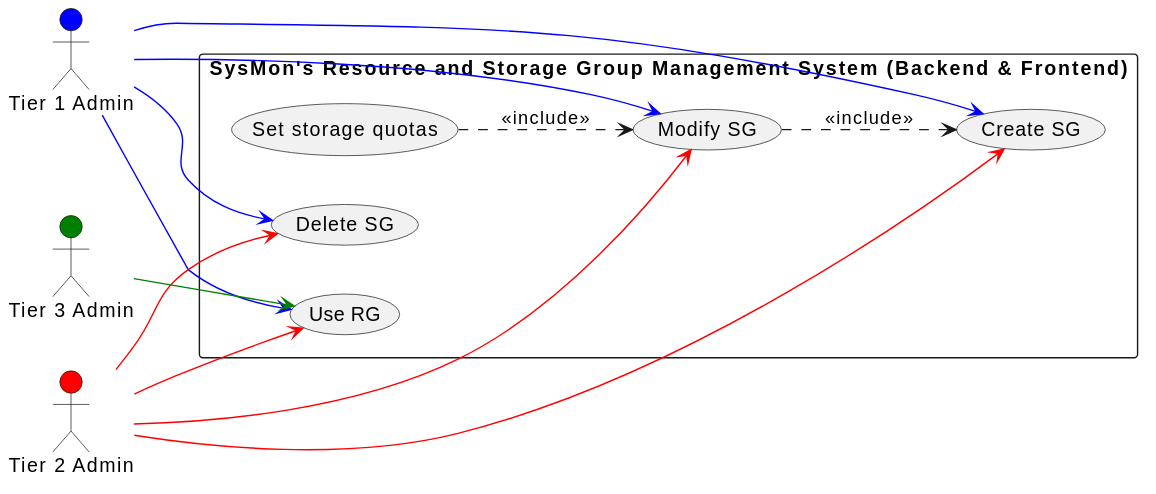
hriday111/SysMon keeps this PlantUML diagram as Task1/use_case_diagrams/storage_groups.svg. Above is the earlier version. Its diagram source:
```plantuml
@startuml
left to right direction

actor "Tier 1 Admin" as A1 #blue
actor "Tier 2 Admin" as A2 #red
actor "Tier 3 Admin" as A3 #green

rectangle "SysMon's Resource and Storage Group Management System (Backend & Frontend)" {
    usecase "Create SG" as CS
    usecase "Delete SG" as DS
    usecase "Modify SG" as MS
    usecase "Use RG" as US

    usecase "Set storage quotas" as QUOTA
}

A1 --> CS #line:blue;
A1 --> DS #line:blue;
A1 --> MS #line:blue;
A1 --> US #line:blue;

A2 --> CS #line:red;
A2 --> DS #line:red;
A2 --> MS #line:red;
A2 --> US #line:red;

A3 --> US #line:green;

MS ..> CS : <<include>>
QUOTA ..> MS : <<include>>
@enduml
```
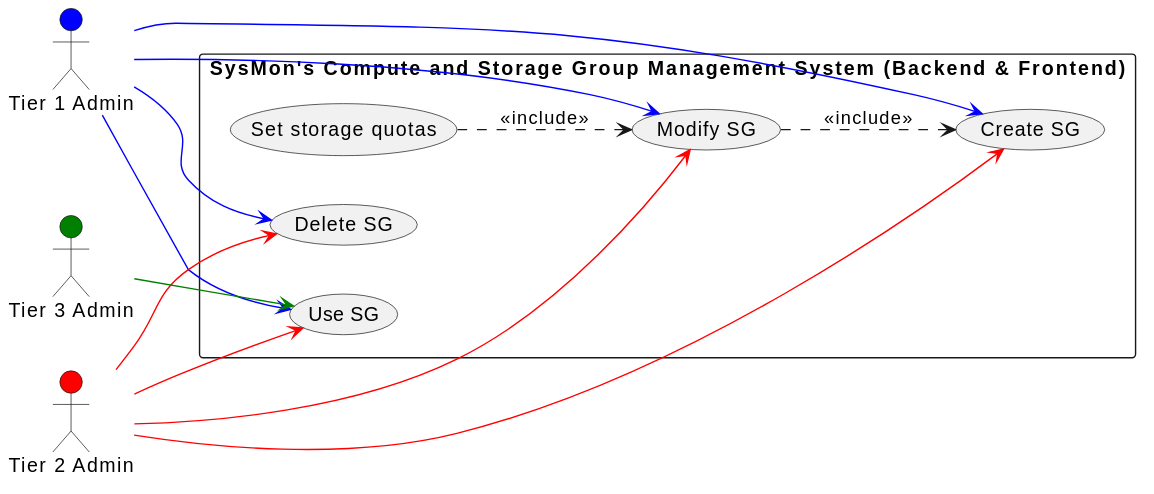
The same diagram one commit later.

Commit message:
resource group -> compute group

Diff of the diagram source:
```diff
@@ -5,11 +5,11 @@
 actor "Tier 2 Admin" as A2 #red
 actor "Tier 3 Admin" as A3 #green
 
-rectangle "SysMon's Resource and Storage Group Management System (Backend & Frontend)" {
+rectangle "SysMon's Compute and Storage Group Management System (Backend & Frontend)" {
     usecase "Create SG" as CS
     usecase "Delete SG" as DS
     usecase "Modify SG" as MS
-    usecase "Use RG" as US
+    usecase "Use SG" as US
 
     usecase "Set storage quotas" as QUOTA
 }
```
